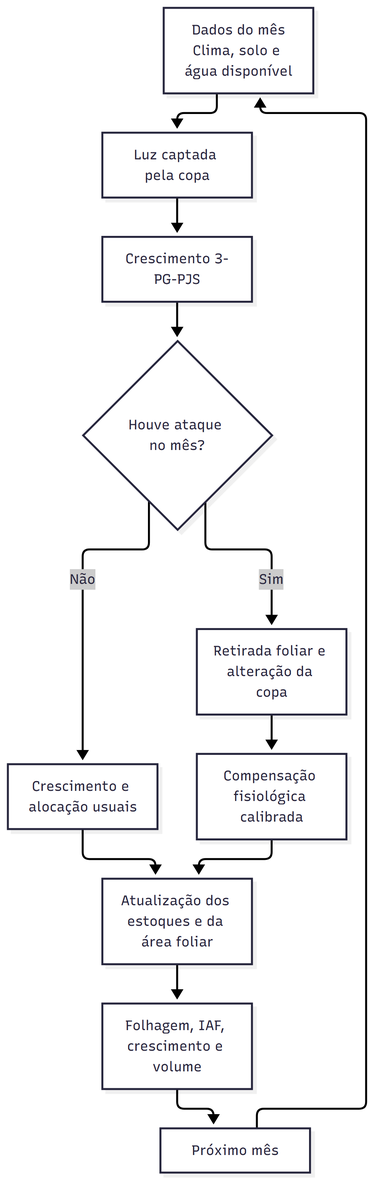
This is handoff_claude/diagramas/02-ciclo-mensal.png from beteixeira135-cmyk/Akademia, a Mermaid export, as it was before one commit. Its source is kept beside it as handoff_claude/diagramas/02-ciclo-mensal.mmd.
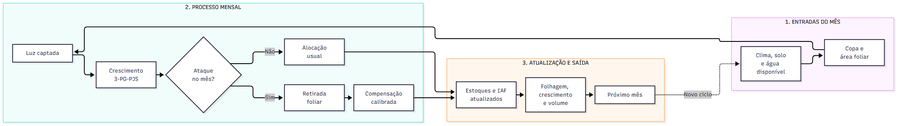
Later version of the same file.

Change to the diagram source:
```diff
@@ -1,12 +1,31 @@
-flowchart TB
-    A["Dados do mês<br/>Clima, solo e água disponível"] --> B["Luz captada pela copa"]
-    B --> C["Crescimento 3-PG-PJS"]
-    C --> D{"Houve ataque no mês?"}
-    D -->|Não| E["Crescimento e alocação usuais"]
-    D -->|Sim| F["Retirada foliar e alteração da copa"]
-    F --> G["Compensação fisiológica calibrada"]
-    G --> H["Atualização dos estoques e da área foliar"]
-    E --> H
-    H --> I["Folhagem, IAF, crescimento e volume"]
-    I --> J["Próximo mês"]
-    J --> A
+flowchart LR
+    subgraph E["1. ENTRADAS DO MÊS"]
+        direction LR
+        A["Clima, solo<br/>e água disponível"]
+        B["Copa e<br/>área foliar"]
+        A --> B
+    end
+
+    subgraph P["2. PROCESSO MENSAL"]
+        direction LR
+        C["Luz captada"]
+        D["Crescimento<br/>3-PG-PJS"]
+        D1{"Ataque<br/>no mês?"}
+        C --> D --> D1
+        D1 -->|Não| E1["Alocação<br/>usual"]
+        D1 -->|Sim| F["Retirada<br/>foliar"]
+        F --> G["Compensação<br/>calibrada"]
+    end
+
+    subgraph S["3. ATUALIZAÇÃO E SAÍDA"]
+        direction LR
+        H["Estoques e IAF<br/>atualizados"]
+        I["Folhagem, crescimento<br/>e volume"]
+        J["Próximo mês"]
+        E1 --> H
+        G --> H
+        H --> I --> J
+    end
+
+    B --> C
+    J -.->|"Novo ciclo"| A
```
